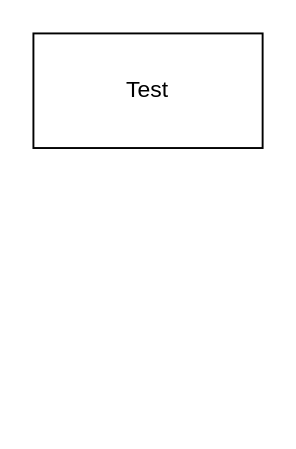
The draw.io diagram Untitled Diagram.drawio in dziadziaprojectgame/game, before the edit. Source tidied: cells renumbered, new cells numbered last; positions are measured from the earlier drawing's top-left corner, leaving out a move shared by most shapes. Both pictures are drawn from the tidied source at 191%, with x=0, y=0 at pixel (32, 32).
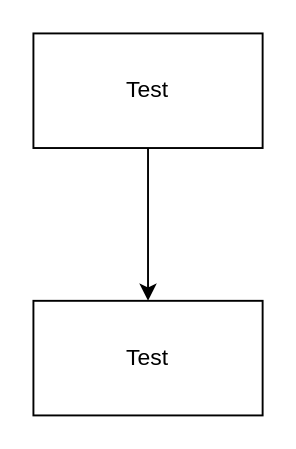
After the change.

The edit, as a diff of the source:
```diff
@@
 <mxGraphModel>
   <root>
     <mxCell id="0" />
     <mxCell id="1" parent="0" />
+    <mxCell id="3" style="edgeStyle=orthogonalEdgeStyle;rounded=0;jettySize=auto;html=1;" parent="1" edge="1" source="2" target="4">
+      <mxGeometry relative="1" as="geometry" />
+    </mxCell>
     <mxCell id="2" value="Test" style="rounded=0;whiteSpace=wrap;html=1;" parent="1" vertex="1">
       <mxGeometry width="120" height="60" as="geometry" />
     </mxCell>
+    <mxCell id="4" value="Test" style="rounded=0;whiteSpace=wrap;html=1;" parent="1" vertex="1">
+      <mxGeometry y="140" width="120" height="60" as="geometry" />
+    </mxCell>
   </root>
 </mxGraphModel>
```
